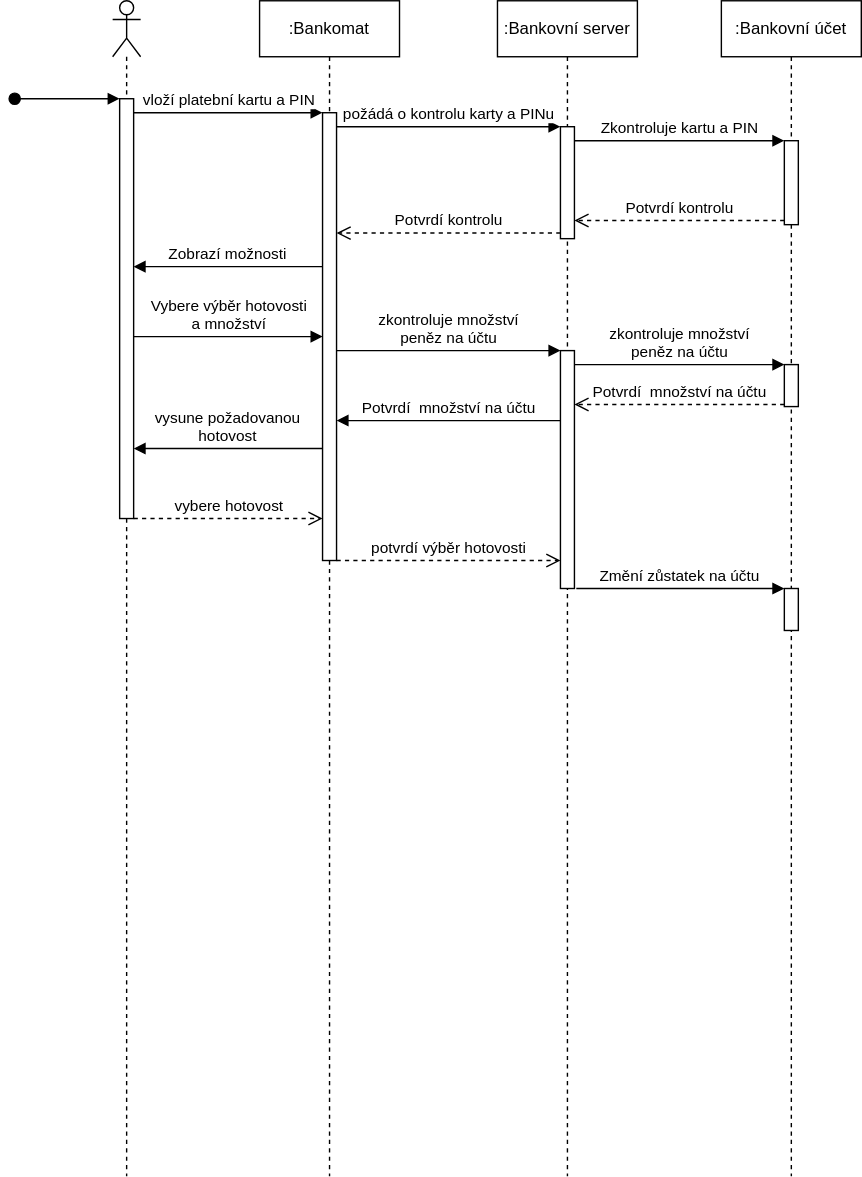
The draw.io diagram TED/bankomat.svg in TadeasPikl/Diagrams.net, before a commit. Source tidied: cells renumbered, new cells last; positions are measured from the earlier drawing's top-left corner, leaving out a move shared by most shapes.
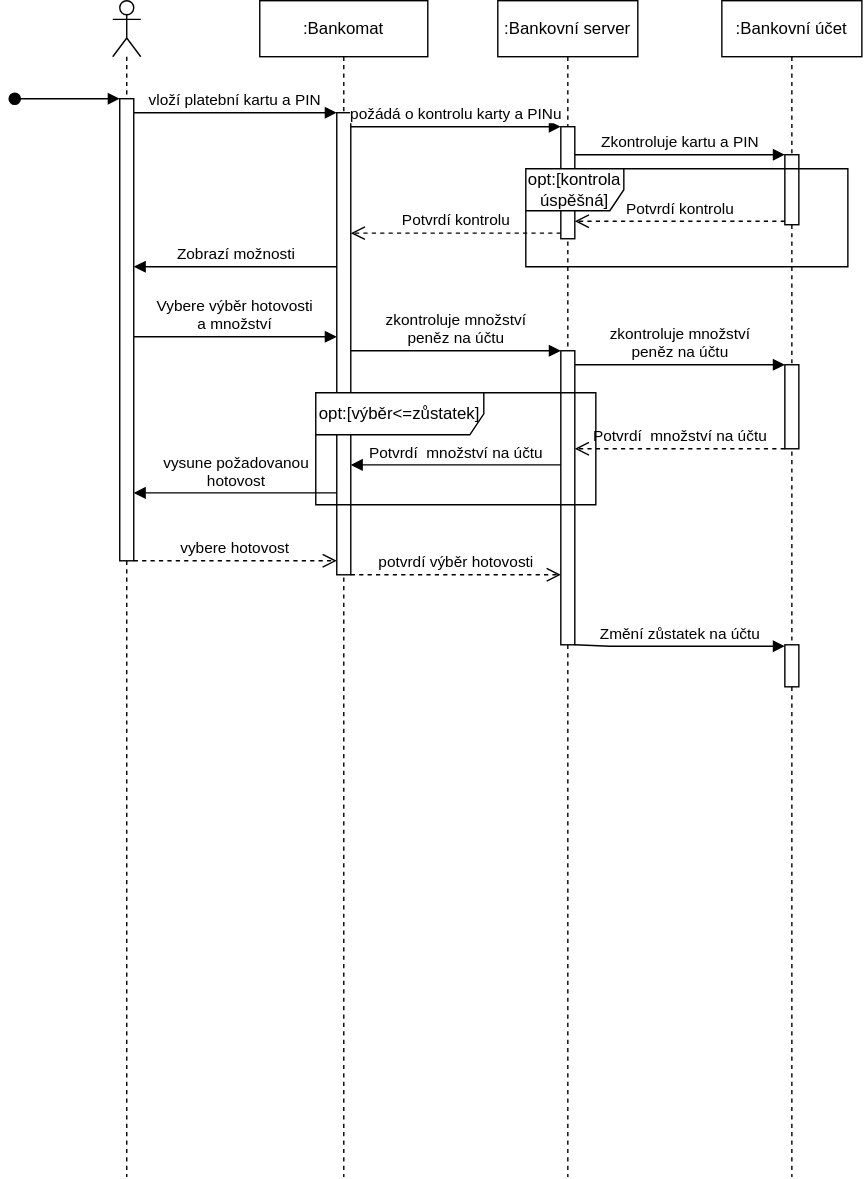
After the commit.

Change to the diagram source:
```diff
@@ -11,20 +11,36 @@
       </mxGeometry>
     </mxCell>
     <mxCell id="4" value=":Bankomat" style="shape=umlLifeline;perimeter=lifelinePerimeter;whiteSpace=wrap;html=1;" parent="1" vertex="1">
-      <mxGeometry x="175" width="100" height="840" as="geometry" />
+      <mxGeometry x="175" width="120" height="840" as="geometry" />
     </mxCell>
     <mxCell id="5" style="html=1;points=[];perimeter=orthogonalPerimeter;" parent="4" vertex="1">
-      <mxGeometry x="45" y="80" width="10" height="320" as="geometry" />
+      <mxGeometry x="55" y="80" width="10" height="330" as="geometry" />
     </mxCell>
     <mxCell id="6" value="vysune požadovanou&lt;br&gt;hotovost" style="html=1;verticalAlign=bottom;endArrow=block;rounded=0;" parent="4" edge="1">
       <mxGeometry relative="1" as="geometry">
-        <mxPoint x="45" y="320" as="sourcePoint" />
-        <mxPoint x="-90" y="320" as="targetPoint" />
+        <mxPoint x="55" y="351.5" as="sourcePoint" />
+        <mxPoint x="-90" y="351.5" as="targetPoint" />
         <Array as="points">
-          <mxPoint x="10" y="320" />
+          <mxPoint x="10" y="351.5" />
         </Array>
       </mxGeometry>
     </mxCell>
+    <mxCell id="17" value="vybere hotovost" style="html=1;verticalAlign=bottom;endArrow=open;dashed=1;endSize=8;rounded=0;" parent="4" edge="1">
+      <mxGeometry relative="1" as="geometry">
+        <mxPoint x="-90" y="400" as="sourcePoint" />
+        <mxPoint x="55" y="400" as="targetPoint" />
+        <Array as="points">
+          <mxPoint x="-40" y="400" />
+          <mxPoint x="20" y="400" />
+        </Array>
+      </mxGeometry>
+    </mxCell>
+    <mxCell id="18" value="potvrdí výběr hotovosti" style="html=1;verticalAlign=bottom;endArrow=open;dashed=1;endSize=8;rounded=0;" parent="4" edge="1">
+      <mxGeometry relative="1" as="geometry">
+        <mxPoint x="65" y="410" as="sourcePoint" />
+        <mxPoint x="215" y="410" as="targetPoint" />
+      </mxGeometry>
+    </mxCell>
     <mxCell id="7" value=":Bankovní server" style="shape=umlLifeline;perimeter=lifelinePerimeter;whiteSpace=wrap;html=1;" parent="1" vertex="1">
       <mxGeometry x="345" width="100" height="840" as="geometry" />
     </mxCell>
@@ -32,7 +48,7 @@
       <mxGeometry x="45" y="90" width="10" height="80" as="geometry" />
     </mxCell>
     <mxCell id="9" style="html=1;points=[];perimeter=orthogonalPerimeter;" parent="7" vertex="1">
-      <mxGeometry x="45" y="250" width="10" height="170" as="geometry" />
+      <mxGeometry x="45" y="250" width="10" height="210" as="geometry" />
     </mxCell>
     <mxCell id="10" value="vloží platební kartu a PIN" style="html=1;verticalAlign=bottom;endArrow=block;entryX=0;entryY=0;rounded=0;" parent="1" edge="1" source="19" target="5">
       <mxGeometry relative="1" as="geometry" />
@@ -50,64 +66,48 @@
         </Array>
       </mxGeometry>
     </mxCell>
-    <mxCell id="14" value="Vybere výběr hotovosti&lt;br&gt;a množství" style="html=1;verticalAlign=bottom;endArrow=block;rounded=0;" parent="1" edge="1">
+    <mxCell id="14" value="Vybere výběr hotovosti&lt;br&gt;a množství" style="html=1;verticalAlign=bottom;endArrow=block;rounded=0;" parent="1" edge="1" target="5">
       <mxGeometry relative="1" as="geometry">
         <mxPoint x="85" y="240" as="sourcePoint" />
-        <mxPoint x="220" y="240" as="targetPoint" />
         <Array as="points">
           <mxPoint x="205" y="240" />
         </Array>
       </mxGeometry>
     </mxCell>
-    <mxCell id="15" value="zkontroluje množství&lt;br&gt;peněz na účtu" style="html=1;verticalAlign=bottom;endArrow=block;rounded=0;" parent="1" edge="1" target="9">
-      <mxGeometry relative="1" as="geometry">
-        <mxPoint x="230" y="250" as="sourcePoint" />
-      </mxGeometry>
+    <mxCell id="15" value="zkontroluje množství&lt;br&gt;peněz na účtu" style="html=1;verticalAlign=bottom;endArrow=block;rounded=0;" parent="1" edge="1" source="5" target="9">
+      <mxGeometry relative="1" as="geometry" />
     </mxCell>
-    <mxCell id="16" value="Potvrdí&amp;nbsp; množství na účtu" style="html=1;verticalAlign=bottom;endArrow=block;rounded=0;" parent="1" edge="1" source="9">
+    <mxCell id="16" value="Potvrdí&amp;nbsp; množství na účtu" style="html=1;verticalAlign=bottom;endArrow=block;rounded=0;" parent="1" edge="1">
       <mxGeometry relative="1" as="geometry">
-        <mxPoint x="230" y="300" as="targetPoint" />
+        <mxPoint x="390" y="331.5" as="sourcePoint" />
+        <mxPoint x="240" y="331.5" as="targetPoint" />
         <Array as="points">
-          <mxPoint x="355" y="300" />
-          <mxPoint x="265" y="300" />
+          <mxPoint x="355" y="331.5" />
+          <mxPoint x="265" y="331.5" />
         </Array>
       </mxGeometry>
     </mxCell>
-    <mxCell id="17" value="vybere hotovost" style="html=1;verticalAlign=bottom;endArrow=open;dashed=1;endSize=8;rounded=0;" parent="1" edge="1">
-      <mxGeometry relative="1" as="geometry">
-        <mxPoint x="85" y="370" as="sourcePoint" />
-        <mxPoint x="220" y="370" as="targetPoint" />
-        <Array as="points">
-          <mxPoint x="135" y="370" />
-          <mxPoint x="195" y="370" />
-        </Array>
-      </mxGeometry>
-    </mxCell>
-    <mxCell id="18" value="potvrdí výběr hotovosti" style="html=1;verticalAlign=bottom;endArrow=open;dashed=1;endSize=8;rounded=0;" parent="1" edge="1" target="9">
-      <mxGeometry relative="1" as="geometry">
-        <mxPoint x="230" y="400" as="sourcePoint" />
-        <Array as="points">
-          <mxPoint x="365" y="400" />
-        </Array>
-      </mxGeometry>
-    </mxCell>
     <mxCell id="19" style="html=1;points=[];perimeter=orthogonalPerimeter;" parent="1" vertex="1">
-      <mxGeometry x="75" y="70" width="10" height="300" as="geometry" />
+      <mxGeometry x="75" y="70" width="10" height="330" as="geometry" />
     </mxCell>
     <mxCell id="20" value=":Bankovní účet" style="shape=umlLifeline;perimeter=lifelinePerimeter;whiteSpace=wrap;html=1;" parent="1" vertex="1">
       <mxGeometry x="505" width="100" height="840" as="geometry" />
     </mxCell>
     <mxCell id="21" style="html=1;points=[];perimeter=orthogonalPerimeter;" parent="20" vertex="1">
-      <mxGeometry x="45" y="100" width="10" height="60" as="geometry" />
+      <mxGeometry x="45" y="110" width="10" height="50" as="geometry" />
     </mxCell>
     <mxCell id="22" style="html=1;points=[];perimeter=orthogonalPerimeter;" parent="20" vertex="1">
-      <mxGeometry x="45" y="260" width="10" height="30" as="geometry" />
+      <mxGeometry x="45" y="260" width="10" height="60" as="geometry" />
     </mxCell>
     <mxCell id="23" style="html=1;points=[];perimeter=orthogonalPerimeter;" parent="20" vertex="1">
-      <mxGeometry x="45" y="420" width="10" height="30" as="geometry" />
+      <mxGeometry x="45" y="460" width="10" height="30" as="geometry" />
     </mxCell>
     <mxCell id="24" value="Zkontroluje kartu a PIN" style="html=1;verticalAlign=bottom;endArrow=block;entryX=0;entryY=0;rounded=0;" parent="1" edge="1" source="8" target="21">
-      <mxGeometry relative="1" as="geometry" />
+      <mxGeometry relative="1" as="geometry">
+        <Array as="points">
+          <mxPoint x="495" y="110" />
+        </Array>
+      </mxGeometry>
     </mxCell>
     <mxCell id="25" value="Potvrdí kontrolu" style="html=1;verticalAlign=bottom;endArrow=open;dashed=1;endSize=8;exitX=0;exitY=0.95;rounded=0;" parent="1" edge="1" source="21" target="8">
       <mxGeometry relative="1" as="geometry" />
@@ -115,11 +115,25 @@
     <mxCell id="26" value="zkontroluje množství&lt;br&gt;peněz na účtu" style="html=1;verticalAlign=bottom;endArrow=block;entryX=0;entryY=0;rounded=0;" parent="1" edge="1" source="9" target="22">
       <mxGeometry relative="1" as="geometry" />
     </mxCell>
-    <mxCell id="27" value="Potvrdí&amp;nbsp; množství na účtu" style="html=1;verticalAlign=bottom;endArrow=open;dashed=1;endSize=8;exitX=0;exitY=0.95;rounded=0;" parent="1" edge="1" source="22" target="9">
-      <mxGeometry relative="1" as="geometry" />
+    <mxCell id="27" value="Potvrdí&amp;nbsp; množství na účtu" style="html=1;verticalAlign=bottom;endArrow=open;dashed=1;endSize=8;exitX=0;exitY=0.95;rounded=0;" parent="1" edge="1">
+      <mxGeometry relative="1" as="geometry">
+        <mxPoint x="550" y="320" as="sourcePoint" />
+        <mxPoint x="400" y="320" as="targetPoint" />
+      </mxGeometry>
     </mxCell>
-    <mxCell id="28" value="Změní zůstatek na účtu" style="html=1;verticalAlign=bottom;endArrow=block;rounded=0;exitX=1.133;exitY=1;exitDx=0;exitDy=0;exitPerimeter=0;" parent="1" edge="1" source="9" target="23">
-      <mxGeometry relative="1" as="geometry" />
+    <mxCell id="28" value="Změní zůstatek na účtu" style="html=1;verticalAlign=bottom;endArrow=block;rounded=0;" parent="1" edge="1" source="9" target="23">
+      <mxGeometry relative="1" as="geometry">
+        <Array as="points">
+          <mxPoint x="425" y="461" />
+          <mxPoint x="495" y="461" />
+        </Array>
+      </mxGeometry>
     </mxCell>
+    <mxCell id="29" value="opt:[kontrola úspěšná]" style="shape=umlFrame;whiteSpace=wrap;html=1;width=70;height=30;" parent="1" vertex="1">
+      <mxGeometry x="365" y="120" width="230" height="70" as="geometry" />
+    </mxCell>
+    <mxCell id="30" value="opt:[výběr&amp;lt;=zůstatek]" style="shape=umlFrame;whiteSpace=wrap;html=1;width=120;height=30;" parent="1" vertex="1">
+      <mxGeometry x="215" y="280" width="200" height="80" as="geometry" />
+    </mxCell>
   </root>
 </mxGraphModel>
```
